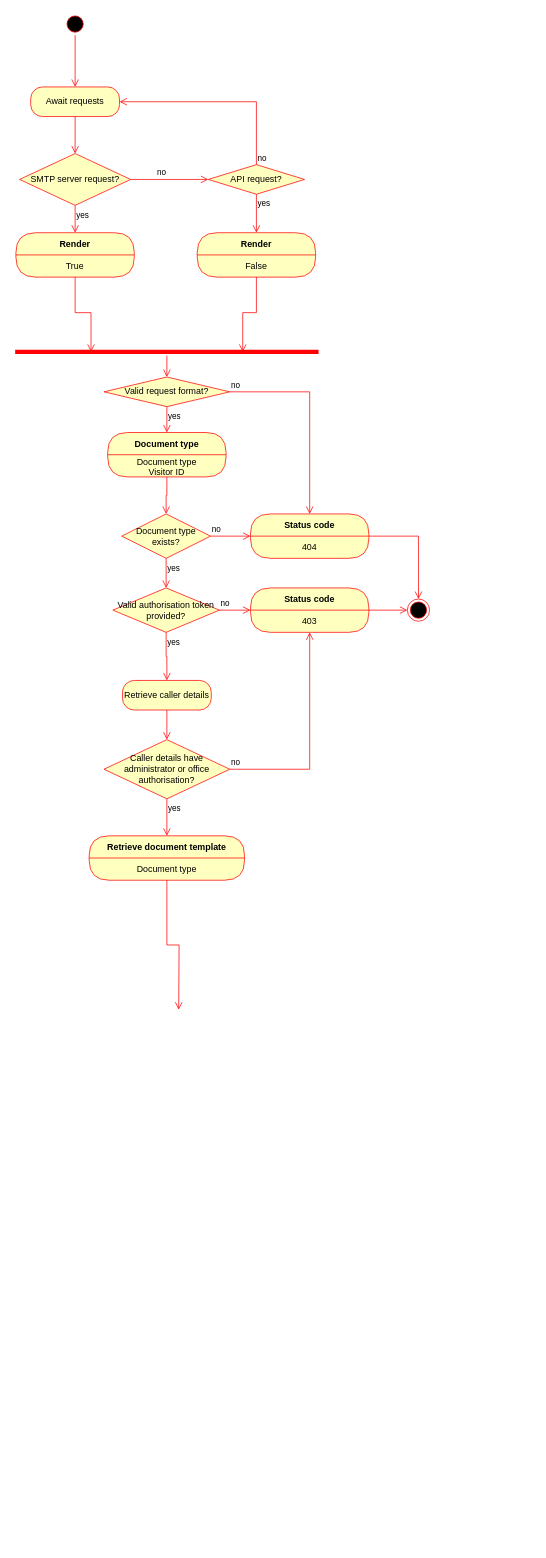
This is Document generation activity diagram v.2.drawio from ambolt314/FinalProjectDesign, a draw.io file, before an edit. Source tidied: cells renumbered, new cells numbered last; positions are measured from the earlier drawing's top-left corner, leaving out a move shared by most shapes. Both pictures are drawn from the tidied source at 74%, with x=0, y=0 at pixel (15, 13).
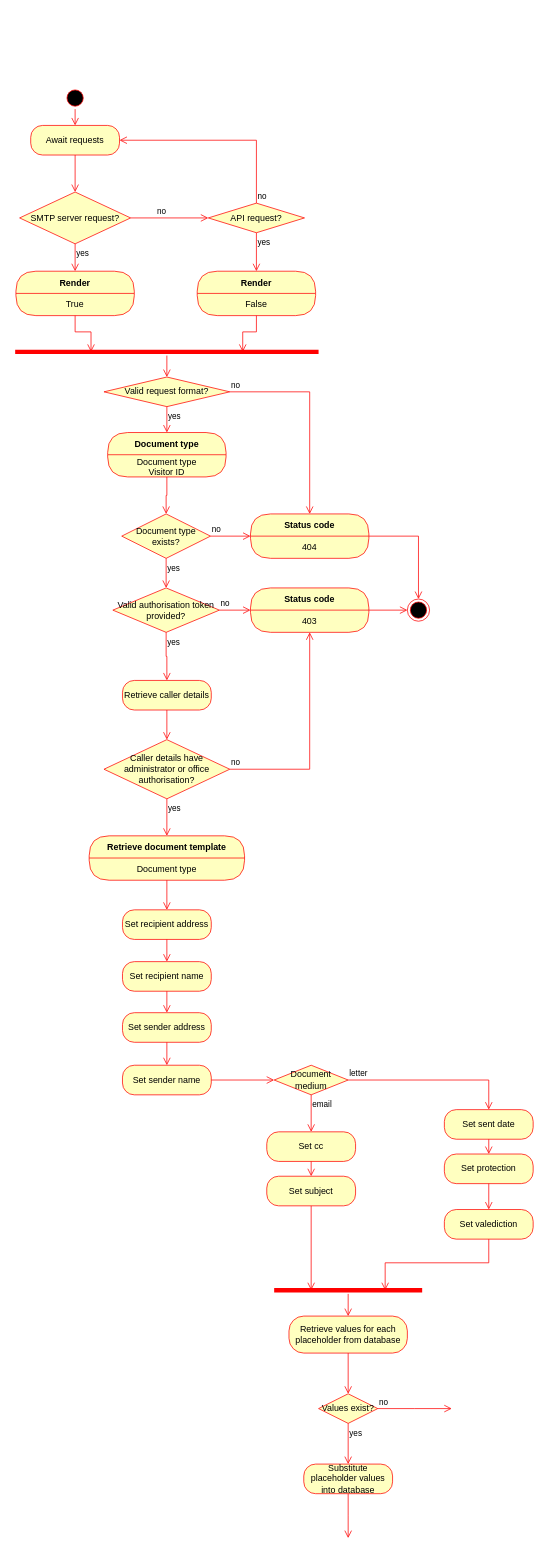
After the change.

Unchanged cells that the change refers to:
```xml
<mxCell id="44" value="Retrieve document template" style="swimlane;fontStyle=1;align=center;verticalAlign=middle;horizontal=1;startSize=30;fontColor=#000000;rounded=1;arcSize=30;strokeColor=#ff0000;fillColor=#ffffc0;swimlaneFillColor=#ffffc0;" parent="1" vertex="1">
  <mxGeometry x="100" y="1112" width="210" height="60" as="geometry" />
</mxCell>
```

Change to the diagram source:
```diff
@@
     <mxCell id="2" style="ellipse;html=1;shape=startState;fillColor=#000000;strokeColor=#ff0000;" parent="1" vertex="1">
-      <mxGeometry x="66" width="30" height="30" as="geometry" />
+      <mxGeometry x="66" y="100" width="30" height="30" as="geometry" />
     </mxCell>
@@
     <mxCell id="4" value="SMTP server request?" style="rhombus;whiteSpace=wrap;html=1;fontColor=#000000;fillColor=#ffffc0;strokeColor=#ff0000;" parent="1" vertex="1">
-      <mxGeometry x="6" y="190" width="150" height="70" as="geometry" />
+      <mxGeometry x="6" y="242" width="150" height="70" as="geometry" />
     </mxCell>
@@
     <mxCell id="7" value="Await requests" style="rounded=1;whiteSpace=wrap;html=1;arcSize=40;fontColor=#000000;fillColor=#ffffc0;strokeColor=#ff0000;" parent="1" vertex="1">
-      <mxGeometry x="21" y="100" width="120" height="40" as="geometry" />
+      <mxGeometry x="21" y="152" width="120" height="40" as="geometry" />
     </mxCell>
@@
     <mxCell id="12" value="API request?" style="rhombus;whiteSpace=wrap;html=1;fontColor=#000000;fillColor=#ffffc0;strokeColor=#ff0000;" parent="1" vertex="1">
-      <mxGeometry x="261" y="205" width="130" height="40" as="geometry" />
+      <mxGeometry x="261" y="257" width="130" height="40" as="geometry" />
     </mxCell>
@@
     <mxCell id="15" value="Render" style="swimlane;fontStyle=1;align=center;verticalAlign=middle;horizontal=1;startSize=30;fontColor=#000000;rounded=1;arcSize=30;strokeColor=#ff0000;fillColor=#ffffc0;swimlaneFillColor=#ffffc0;" parent="1" vertex="1">
-      <mxGeometry x="1" y="297" width="160" height="60" as="geometry" />
+      <mxGeometry x="1" y="349" width="160" height="60" as="geometry" />
     </mxCell>
@@
     <mxCell id="18" value="Render" style="swimlane;fontStyle=1;align=center;verticalAlign=middle;horizontal=1;startSize=30;fontColor=#000000;rounded=1;arcSize=30;strokeColor=#ff0000;fillColor=#ffffc0;swimlaneFillColor=#ffffc0;" parent="1" vertex="1">
-      <mxGeometry x="246" y="297" width="160" height="60" as="geometry" />
+      <mxGeometry x="246" y="349" width="160" height="60" as="geometry" />
     </mxCell>
@@
-    <mxCell id="46" style="edgeStyle=orthogonalEdgeStyle;html=1;verticalAlign=bottom;endArrow=open;endSize=8;strokeColor=#ff0000;rounded=0;" parent="1" edge="1" source="44">
-      <mxGeometry relative="1" as="geometry">
-        <mxPoint x="221" y="1347" as="targetPoint" />
-      </mxGeometry>
+    <mxCell id="46" style="edgeStyle=orthogonalEdgeStyle;html=1;verticalAlign=bottom;endArrow=open;endSize=8;strokeColor=#ff0000;rounded=0;entryX=0.5;entryY=0;entryDx=0;entryDy=0;" parent="1" edge="1" source="44" target="57">
+      <mxGeometry relative="1" as="geometry" />
     </mxCell>
+    <mxCell id="47" value="Retrieve values for each placeholder from database" style="rounded=1;whiteSpace=wrap;html=1;arcSize=40;fontColor=#000000;fillColor=#ffffc0;strokeColor=#ff0000;" parent="1" vertex="1">
+      <mxGeometry x="370" y="1761" width="160" height="50" as="geometry" />
+    </mxCell>
+    <mxCell id="48" style="edgeStyle=orthogonalEdgeStyle;html=1;verticalAlign=bottom;endArrow=open;endSize=8;strokeColor=#ff0000;rounded=0;" parent="1" edge="1" source="47" target="51">
+      <mxGeometry relative="1" as="geometry" />
+    </mxCell>
+    <mxCell id="49" value="Substitute placeholder values into database" style="rounded=1;whiteSpace=wrap;html=1;arcSize=40;fontColor=#000000;fillColor=#ffffc0;strokeColor=#ff0000;" parent="1" vertex="1">
+      <mxGeometry x="390" y="1961" width="120" height="40" as="geometry" />
+    </mxCell>
+    <mxCell id="50" style="edgeStyle=orthogonalEdgeStyle;html=1;verticalAlign=bottom;endArrow=open;endSize=8;strokeColor=#ff0000;rounded=0;" parent="1" edge="1" source="49">
+      <mxGeometry relative="1" as="geometry">
+        <mxPoint x="450" y="2061" as="targetPoint" />
+      </mxGeometry>
+    </mxCell>
+    <mxCell id="51" value="Values exist?" style="rhombus;whiteSpace=wrap;html=1;fontColor=#000000;fillColor=#ffffc0;strokeColor=#ff0000;" parent="1" vertex="1">
+      <mxGeometry x="410" y="1866" width="80" height="40" as="geometry" />
+    </mxCell>
+    <mxCell id="52" value="no" style="edgeStyle=orthogonalEdgeStyle;html=1;align=left;verticalAlign=bottom;endArrow=open;endSize=8;strokeColor=#ff0000;rounded=0;" parent="1" edge="1" source="51">
+      <mxGeometry x="-1" relative="1" as="geometry">
+        <mxPoint x="590" y="1886" as="targetPoint" />
+      </mxGeometry>
+    </mxCell>
+    <mxCell id="53" value="yes" style="edgeStyle=orthogonalEdgeStyle;html=1;align=left;verticalAlign=top;endArrow=open;endSize=8;strokeColor=#ff0000;rounded=0;entryX=0.5;entryY=0;entryDx=0;entryDy=0;" parent="1" edge="1" source="51" target="49">
+      <mxGeometry x="-1" relative="1" as="geometry" />
+    </mxCell>
+    <mxCell id="54" value="Document medium" style="rhombus;whiteSpace=wrap;html=1;fontColor=#000000;fillColor=#ffffc0;strokeColor=#ff0000;" parent="1" vertex="1">
+      <mxGeometry x="350" y="1422" width="100" height="40" as="geometry" />
+    </mxCell>
+    <mxCell id="55" value="letter" style="edgeStyle=orthogonalEdgeStyle;html=1;align=left;verticalAlign=bottom;endArrow=open;endSize=8;strokeColor=#ff0000;rounded=0;entryX=0.5;entryY=0;entryDx=0;entryDy=0;" parent="1" edge="1" source="54" target="69">
+      <mxGeometry x="-1" relative="1" as="geometry" />
+    </mxCell>
+    <mxCell id="56" value="email" style="edgeStyle=orthogonalEdgeStyle;html=1;align=left;verticalAlign=top;endArrow=open;endSize=8;strokeColor=#ff0000;rounded=0;entryX=0.5;entryY=0;entryDx=0;entryDy=0;" parent="1" edge="1" source="54" target="61">
+      <mxGeometry x="-1" relative="1" as="geometry" />
+    </mxCell>
+    <mxCell id="57" value="Set recipient address" style="rounded=1;whiteSpace=wrap;html=1;arcSize=40;fontColor=#000000;fillColor=#ffffc0;strokeColor=#ff0000;" parent="1" vertex="1">
+      <mxGeometry x="145" y="1212" width="120" height="40" as="geometry" />
+    </mxCell>
+    <mxCell id="58" style="edgeStyle=orthogonalEdgeStyle;html=1;verticalAlign=bottom;endArrow=open;endSize=8;strokeColor=#ff0000;rounded=0;" parent="1" edge="1" source="57" target="59">
+      <mxGeometry relative="1" as="geometry" />
+    </mxCell>
+    <mxCell id="59" value="Set recipient name" style="rounded=1;whiteSpace=wrap;html=1;arcSize=40;fontColor=#000000;fillColor=#ffffc0;strokeColor=#ff0000;" parent="1" vertex="1">
+      <mxGeometry x="145" y="1282" width="120" height="40" as="geometry" />
+    </mxCell>
+    <mxCell id="60" style="edgeStyle=orthogonalEdgeStyle;html=1;verticalAlign=bottom;endArrow=open;endSize=8;strokeColor=#ff0000;rounded=0;entryX=0.5;entryY=0;entryDx=0;entryDy=0;" parent="1" edge="1" source="59" target="73">
+      <mxGeometry relative="1" as="geometry" />
+    </mxCell>
+    <mxCell id="61" value="Set cc" style="rounded=1;whiteSpace=wrap;html=1;arcSize=40;fontColor=#000000;fillColor=#ffffc0;strokeColor=#ff0000;" parent="1" vertex="1">
+      <mxGeometry x="340" y="1512" width="120" height="40" as="geometry" />
+    </mxCell>
+    <mxCell id="62" style="edgeStyle=orthogonalEdgeStyle;html=1;verticalAlign=bottom;endArrow=open;endSize=8;strokeColor=#ff0000;rounded=0;entryX=0.5;entryY=0;entryDx=0;entryDy=0;" parent="1" edge="1" source="61" target="63">
+      <mxGeometry relative="1" as="geometry" />
+    </mxCell>
+    <mxCell id="63" value="Set subject" style="rounded=1;whiteSpace=wrap;html=1;arcSize=40;fontColor=#000000;fillColor=#ffffc0;strokeColor=#ff0000;" parent="1" vertex="1">
+      <mxGeometry x="340" y="1572" width="120" height="40" as="geometry" />
+    </mxCell>
+    <mxCell id="64" style="edgeStyle=orthogonalEdgeStyle;html=1;verticalAlign=bottom;endArrow=open;endSize=8;strokeColor=#ff0000;rounded=0;entryX=0.25;entryY=0.5;entryDx=0;entryDy=0;entryPerimeter=0;" parent="1" edge="1" source="63" target="65">
+      <mxGeometry relative="1" as="geometry" />
+    </mxCell>
+    <mxCell id="65" style="shape=line;html=1;strokeWidth=6;strokeColor=#ff0000;" parent="1" vertex="1">
+      <mxGeometry x="350" y="1721" width="200" height="10" as="geometry" />
+    </mxCell>
+    <mxCell id="66" style="edgeStyle=orthogonalEdgeStyle;html=1;verticalAlign=bottom;endArrow=open;endSize=8;strokeColor=#ff0000;rounded=0;" parent="1" edge="1" source="65" target="47">
+      <mxGeometry relative="1" as="geometry" />
+    </mxCell>
+    <mxCell id="67" value="Set protection" style="rounded=1;whiteSpace=wrap;html=1;arcSize=40;fontColor=#000000;fillColor=#ffffc0;strokeColor=#ff0000;" parent="1" vertex="1">
+      <mxGeometry x="580" y="1542" width="120" height="40" as="geometry" />
+    </mxCell>
+    <mxCell id="68" style="edgeStyle=orthogonalEdgeStyle;html=1;verticalAlign=bottom;endArrow=open;endSize=8;strokeColor=#ff0000;rounded=0;entryX=0.5;entryY=0;entryDx=0;entryDy=0;" parent="1" edge="1" source="67" target="71">
+      <mxGeometry relative="1" as="geometry" />
+    </mxCell>
+    <mxCell id="69" value="Set sent date" style="rounded=1;whiteSpace=wrap;html=1;arcSize=40;fontColor=#000000;fillColor=#ffffc0;strokeColor=#ff0000;" parent="1" vertex="1">
+      <mxGeometry x="580" y="1482" width="120" height="40" as="geometry" />
+    </mxCell>
+    <mxCell id="70" style="edgeStyle=orthogonalEdgeStyle;html=1;verticalAlign=bottom;endArrow=open;endSize=8;strokeColor=#ff0000;rounded=0;entryX=0.5;entryY=0;entryDx=0;entryDy=0;" parent="1" edge="1" source="69" target="67">
+      <mxGeometry relative="1" as="geometry" />
+    </mxCell>
+    <mxCell id="71" value="Set valediction" style="rounded=1;whiteSpace=wrap;html=1;arcSize=40;fontColor=#000000;fillColor=#ffffc0;strokeColor=#ff0000;" parent="1" vertex="1">
+      <mxGeometry x="580" y="1617" width="120" height="40" as="geometry" />
+    </mxCell>
+    <mxCell id="72" style="edgeStyle=orthogonalEdgeStyle;html=1;verticalAlign=bottom;endArrow=open;endSize=8;strokeColor=#ff0000;rounded=0;entryX=0.75;entryY=0.5;entryDx=0;entryDy=0;entryPerimeter=0;exitX=0.5;exitY=1;exitDx=0;exitDy=0;" parent="1" edge="1" source="71" target="65">
+      <mxGeometry relative="1" as="geometry" />
+    </mxCell>
+    <mxCell id="73" value="Set sender address" style="rounded=1;whiteSpace=wrap;html=1;arcSize=40;fontColor=#000000;fillColor=#ffffc0;strokeColor=#ff0000;" parent="1" vertex="1">
+      <mxGeometry x="145" y="1351" width="120" height="40" as="geometry" />
+    </mxCell>
+    <mxCell id="74" style="edgeStyle=orthogonalEdgeStyle;html=1;verticalAlign=bottom;endArrow=open;endSize=8;strokeColor=#ff0000;rounded=0;entryX=0.5;entryY=0;entryDx=0;entryDy=0;" parent="1" edge="1" source="73" target="75">
+      <mxGeometry relative="1" as="geometry" />
+    </mxCell>
+    <mxCell id="75" value="Set sender name" style="rounded=1;whiteSpace=wrap;html=1;arcSize=40;fontColor=#000000;fillColor=#ffffc0;strokeColor=#ff0000;" parent="1" vertex="1">
+      <mxGeometry x="145" y="1422" width="120" height="40" as="geometry" />
+    </mxCell>
+    <mxCell id="76" style="edgeStyle=orthogonalEdgeStyle;html=1;verticalAlign=bottom;endArrow=open;endSize=8;strokeColor=#ff0000;rounded=0;entryX=0;entryY=0.5;entryDx=0;entryDy=0;" parent="1" edge="1" source="75" target="54">
+      <mxGeometry relative="1" as="geometry" />
+    </mxCell>
```
